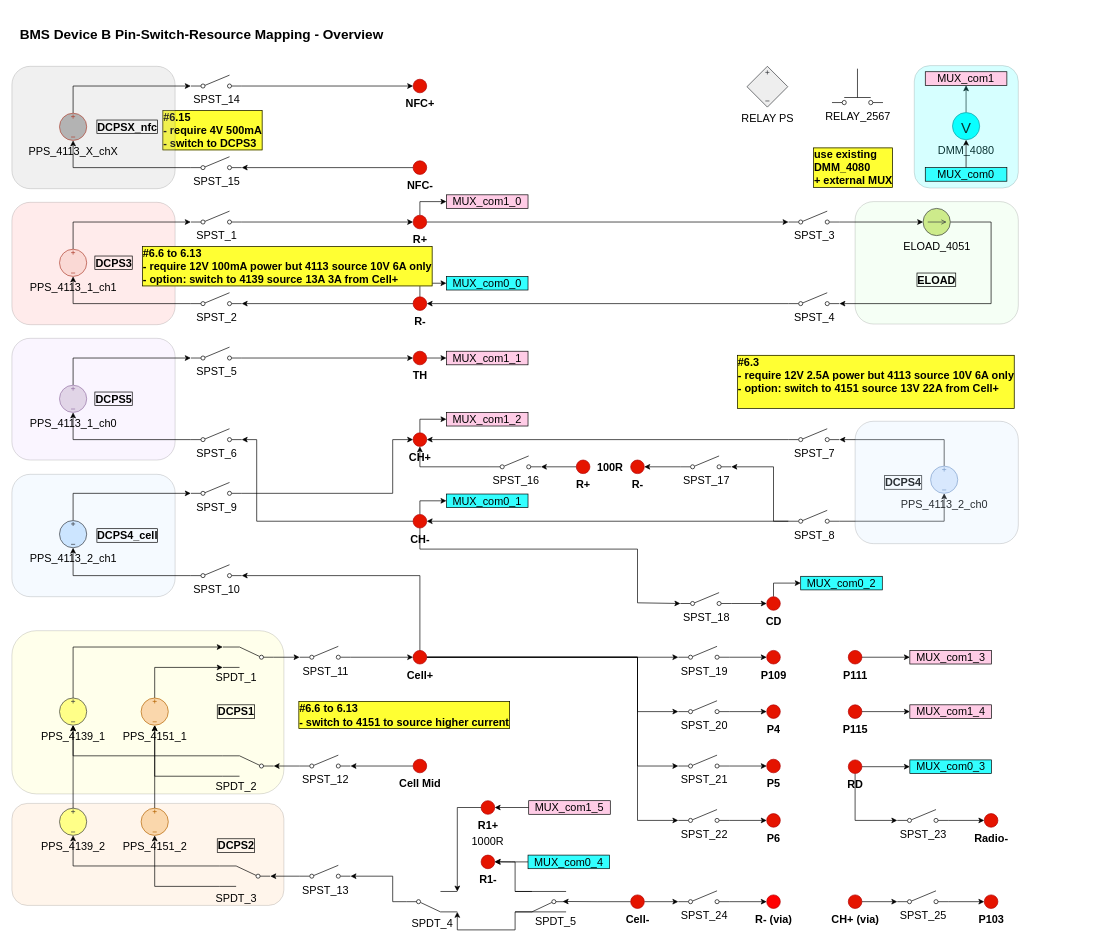
The draw.io diagram BMS_device_B.drawio in ktlim-xy/draw-io, before the edit. Source tidied: cells renumbered, new cells numbered last; positions are measured from the earlier drawing's top-left corner, leaving out a move shared by most shapes. Both pictures are drawn from the tidied source at 68%, with x=0, y=0 at pixel (12, 12).
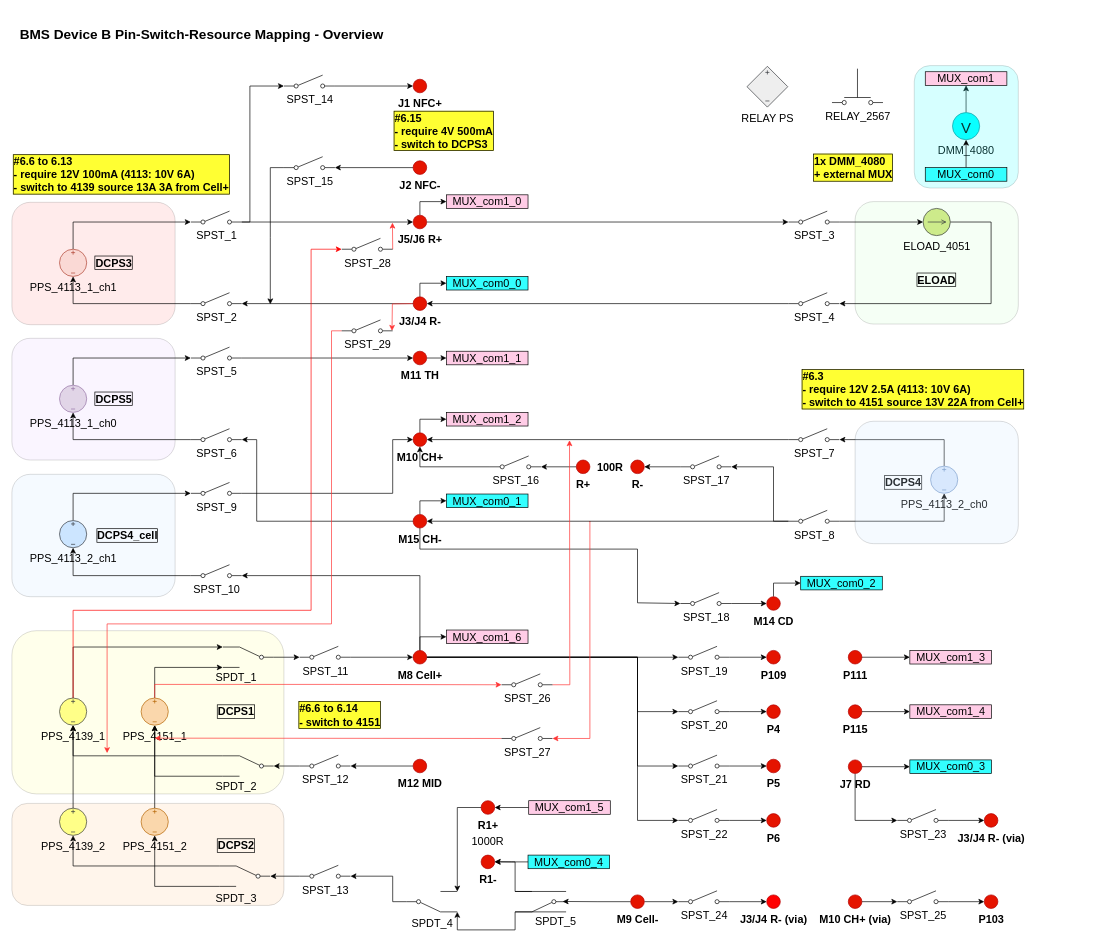
The same diagram, later.

Unchanged cells that the change refers to:
```xml
<mxCell id="69" value="SPST_1" style="html=1;shape=mxgraph.electrical.electro-mechanical.singleSwitch;elSwitchState=off;verticalAlign=top;labelPosition=center;verticalLabelPosition=bottom;align=center;fontSize=16;" parent="1" vertex="1">
  <mxGeometry x="263" y="293" width="75" height="20" as="geometry" />
</mxCell>
<mxCell id="79" value="PPS_4139_1" style="verticalLabelPosition=bottom;shadow=0;dashed=0;align=center;html=1;verticalAlign=top;shape=mxgraph.electrical.signal_sources.source;points=[[0.5,0,0],[1,0.5,0],[0.5,1,0],[0,0.5,0]];elSignalType=dc3;rotation=0;fillColor=#ffff88;strokeColor=#36393d;fontSize=16;" parent="1" vertex="1">
  <mxGeometry x="70" y="1009" width="40" height="40" as="geometry" />
</mxCell>
<mxCell id="86" value="PPS_4151_1" style="verticalLabelPosition=bottom;shadow=0;dashed=0;align=center;html=1;verticalAlign=top;shape=mxgraph.electrical.signal_sources.source;points=[[0.5,0,0],[1,0.5,0],[0.5,1,0],[0,0.5,0]];elSignalType=dc3;rotation=0;fillColor=#fad7ac;strokeColor=#b46504;fontSize=16;" parent="1" vertex="1">
  <mxGeometry x="190" y="1009" width="40" height="40" as="geometry" />
</mxCell>
```

What changed in the source:
```diff
@@
+    <mxCell id="189" style="edgeStyle=orthogonalEdgeStyle;rounded=0;jettySize=auto;html=1;exitX=0.5;exitY=0;exitDx=0;exitDy=0;entryX=0;entryY=0.5;entryDx=0;entryDy=0;" parent="1" edge="1" source="19" target="196">
+      <mxGeometry relative="1" as="geometry" />
+    </mxCell>
-    <mxCell id="19" value="Cell+" style="verticalLabelPosition=bottom;shadow=0;dashed=0;align=center;html=1;verticalAlign=top;strokeWidth=1;shape=ellipse;perimeter=ellipsePerimeter;fillColor=#e51400;fontColor=light-dark(#000000,#FF0000);strokeColor=#B20000;fontSize=16;fontStyle=1;" parent="1" vertex="1">
+    <mxCell id="19" value="M8 Cell+" style="verticalLabelPosition=bottom;shadow=0;dashed=0;align=center;html=1;verticalAlign=top;strokeWidth=1;shape=ellipse;perimeter=ellipsePerimeter;fillColor=#e51400;fontColor=light-dark(#000000,#FF0000);strokeColor=#B20000;fontSize=16;fontStyle=1;" parent="1" vertex="1">
       <mxGeometry x="590" y="939" width="20" height="20" as="geometry" />
     </mxCell>
@@
-    <mxCell id="28" value="Cell Mid" style="verticalLabelPosition=bottom;shadow=0;dashed=0;align=center;html=1;verticalAlign=top;strokeWidth=1;shape=ellipse;perimeter=ellipsePerimeter;fillColor=#e51400;fontColor=light-dark(#000000,#FF0000);strokeColor=#B20000;fontSize=16;fontStyle=1;" parent="1" vertex="1">
+    <mxCell id="28" value="M12 MID" style="verticalLabelPosition=bottom;shadow=0;dashed=0;align=center;html=1;verticalAlign=top;strokeWidth=1;shape=ellipse;perimeter=ellipsePerimeter;fillColor=#e51400;fontColor=light-dark(#000000,#FF0000);strokeColor=#B20000;fontSize=16;fontStyle=1;" parent="1" vertex="1">
       <mxGeometry x="590" y="1099" width="20" height="20" as="geometry" />
     </mxCell>
@@
-    <mxCell id="31" value="Cell-" style="verticalLabelPosition=bottom;shadow=0;dashed=0;align=center;html=1;verticalAlign=top;strokeWidth=1;shape=ellipse;perimeter=ellipsePerimeter;fillColor=#e51400;fontColor=light-dark(#000000,#FF0000);strokeColor=#B20000;fontSize=16;fontStyle=1;" parent="1" vertex="1">
+    <mxCell id="31" value="M9 Cell-" style="verticalLabelPosition=bottom;shadow=0;dashed=0;align=center;html=1;verticalAlign=top;strokeWidth=1;shape=ellipse;perimeter=ellipsePerimeter;fillColor=#e51400;fontColor=light-dark(#000000,#FF0000);strokeColor=#B20000;fontSize=16;fontStyle=1;" parent="1" vertex="1">
       <mxGeometry x="910" y="1298.5" width="20" height="20" as="geometry" />
     </mxCell>
@@
-    <mxCell id="33" value="CH+" style="verticalLabelPosition=bottom;shadow=0;dashed=0;align=center;html=1;verticalAlign=top;strokeWidth=1;shape=ellipse;perimeter=ellipsePerimeter;fillColor=#e51400;fontColor=light-dark(#000000,#FF0000);strokeColor=#B20000;fontSize=16;fontStyle=1;" parent="1" vertex="1">
+    <mxCell id="33" value="M10 CH+" style="verticalLabelPosition=bottom;shadow=0;dashed=0;align=center;html=1;verticalAlign=top;strokeWidth=1;shape=ellipse;perimeter=ellipsePerimeter;fillColor=#e51400;fontColor=light-dark(#000000,#FF0000);strokeColor=#B20000;fontSize=16;fontStyle=1;" parent="1" vertex="1">
       <mxGeometry x="590" y="619" width="20" height="20" as="geometry" />
     </mxCell>
@@
+    <mxCell id="190" style="edgeStyle=orthogonalEdgeStyle;rounded=0;jettySize=auto;html=1;entryX=1;entryY=0.8;entryDx=0;entryDy=0;strokeColor=#FF3333;" parent="1" edge="1" target="204">
+      <mxGeometry relative="1" as="geometry">
+        <mxPoint x="850" y="750" as="sourcePoint" />
+        <Array as="points">
+          <mxPoint x="850" y="749" />
+          <mxPoint x="850" y="1068" />
+        </Array>
+      </mxGeometry>
+    </mxCell>
-    <mxCell id="37" value="CH-" style="verticalLabelPosition=bottom;shadow=0;dashed=0;align=center;html=1;verticalAlign=top;strokeWidth=1;shape=ellipse;perimeter=ellipsePerimeter;fillColor=#e51400;fontColor=light-dark(#000000,#FF0000);strokeColor=#B20000;fontSize=16;fontStyle=1;" parent="1" vertex="1">
+    <mxCell id="37" value="M15 CH-" style="verticalLabelPosition=bottom;shadow=0;dashed=0;align=center;html=1;verticalAlign=top;strokeWidth=1;shape=ellipse;perimeter=ellipsePerimeter;fillColor=#e51400;fontColor=light-dark(#000000,#FF0000);strokeColor=#B20000;fontSize=16;fontStyle=1;" parent="1" vertex="1">
       <mxGeometry x="590" y="739" width="20" height="20" as="geometry" />
     </mxCell>
@@
-    <mxCell id="53" value="TH" style="verticalLabelPosition=bottom;shadow=0;dashed=0;align=center;html=1;verticalAlign=top;strokeWidth=1;shape=ellipse;perimeter=ellipsePerimeter;fillColor=#e51400;fontColor=light-dark(#000000,#FF0000);strokeColor=#B20000;fontSize=16;fontStyle=1;" parent="1" vertex="1">
+    <mxCell id="53" value="M11 TH" style="verticalLabelPosition=bottom;shadow=0;dashed=0;align=center;html=1;verticalAlign=top;strokeWidth=1;shape=ellipse;perimeter=ellipsePerimeter;fillColor=#e51400;fontColor=light-dark(#000000,#FF0000);strokeColor=#B20000;fontSize=16;fontStyle=1;" parent="1" vertex="1">
       <mxGeometry x="590" y="499" width="20" height="20" as="geometry" />
     </mxCell>
@@
+    <mxCell id="191" style="edgeStyle=orthogonalEdgeStyle;rounded=0;orthogonalLoop=1;jettySize=auto;html=1;exitX=0;exitY=0.5;exitDx=0;exitDy=0;entryX=1;entryY=0.8;entryDx=0;entryDy=0;strokeColor=#FF3333;" parent="1" edge="1">
+      <mxGeometry relative="1" as="geometry">
+        <mxPoint x="589" y="429" as="sourcePoint" />
+        <mxPoint x="559" y="469" as="targetPoint" />
+      </mxGeometry>
+    </mxCell>
-    <mxCell id="62" value="R-" style="verticalLabelPosition=bottom;shadow=0;dashed=0;align=center;html=1;verticalAlign=top;strokeWidth=1;shape=ellipse;perimeter=ellipsePerimeter;fillColor=#e51400;fontColor=light-dark(#000000,#FF0000);strokeColor=#B20000;fontSize=16;fontStyle=1;" parent="1" vertex="1">
+    <mxCell id="62" value="J3/J4 R-" style="verticalLabelPosition=bottom;shadow=0;dashed=0;align=center;html=1;verticalAlign=top;strokeWidth=1;shape=ellipse;perimeter=ellipsePerimeter;fillColor=#e51400;fontColor=light-dark(#000000,#FF0000);strokeColor=#B20000;fontSize=16;fontStyle=1;" parent="1" vertex="1">
       <mxGeometry x="590" y="419" width="20" height="20" as="geometry" />
     </mxCell>
@@
-    <mxCell id="65" value="R+" style="verticalLabelPosition=bottom;shadow=0;dashed=0;align=center;html=1;verticalAlign=top;strokeWidth=1;shape=ellipse;perimeter=ellipsePerimeter;fillColor=#e51400;fontColor=light-dark(#000000,#FF0000);strokeColor=#B20000;fontSize=16;fontStyle=1;" parent="1" vertex="1">
+    <mxCell id="65" value="J5/J6 R+" style="verticalLabelPosition=bottom;shadow=0;dashed=0;align=center;html=1;verticalAlign=top;strokeWidth=1;shape=ellipse;perimeter=ellipsePerimeter;fillColor=#e51400;fontColor=light-dark(#000000,#FF0000);strokeColor=#B20000;fontSize=16;fontStyle=1;" parent="1" vertex="1">
       <mxGeometry x="590" y="299" width="20" height="20" as="geometry" />
     </mxCell>
@@
+    <mxCell id="192" style="edgeStyle=orthogonalEdgeStyle;rounded=0;jettySize=auto;html=1;exitX=1;exitY=0.8;exitDx=0;exitDy=0;entryX=0;entryY=0.8;entryDx=0;entryDy=0;" parent="1" edge="1" source="69" target="162">
+      <mxGeometry relative="1" as="geometry">
+        <Array as="points">
+          <mxPoint x="350" y="309" />
+          <mxPoint x="350" y="109" />
+        </Array>
+      </mxGeometry>
+    </mxCell>
@@
+    <mxCell id="193" style="edgeStyle=orthogonalEdgeStyle;rounded=0;jettySize=auto;html=1;exitX=0.5;exitY=0;exitDx=0;exitDy=0;exitPerimeter=0;entryX=0;entryY=0.8;entryDx=0;entryDy=0;fillColor=#f8cecc;strokeColor=light-dark(#ff0000, #ff7777);" parent="1" edge="1" source="79" target="198">
+      <mxGeometry relative="1" as="geometry">
+        <Array as="points">
+          <mxPoint x="90" y="880" />
+          <mxPoint x="440" y="880" />
+          <mxPoint x="440" y="349" />
+        </Array>
+      </mxGeometry>
+    </mxCell>
@@
+    <mxCell id="194" style="edgeStyle=orthogonalEdgeStyle;rounded=0;jettySize=auto;html=1;exitX=0.5;exitY=0;exitDx=0;exitDy=0;exitPerimeter=0;entryX=0;entryY=0.8;entryDx=0;entryDy=0;strokeColor=#FF3333;" parent="1" edge="1" source="86" target="202">
+      <mxGeometry relative="1" as="geometry" />
+    </mxCell>
@@
-    <mxCell id="111" value="RD" style="verticalLabelPosition=bottom;shadow=0;dashed=0;align=center;html=1;verticalAlign=top;strokeWidth=1;shape=ellipse;perimeter=ellipsePerimeter;fillColor=#e51400;fontColor=light-dark(#000000,#FF0000);strokeColor=#B20000;fontSize=16;fontStyle=1;" parent="1" vertex="1">
+    <mxCell id="111" value="J7 RD" style="verticalLabelPosition=bottom;shadow=0;dashed=0;align=center;html=1;verticalAlign=top;strokeWidth=1;shape=ellipse;perimeter=ellipsePerimeter;fillColor=#e51400;fontColor=light-dark(#000000,#FF0000);strokeColor=#B20000;fontSize=16;fontStyle=1;" parent="1" vertex="1">
       <mxGeometry x="1230" y="1100" width="20" height="20" as="geometry" />
     </mxCell>
@@
-    <mxCell id="132" value="CH+ (via)" style="verticalLabelPosition=bottom;shadow=0;dashed=0;align=center;html=1;verticalAlign=top;strokeWidth=1;shape=ellipse;perimeter=ellipsePerimeter;fillColor=#e51400;fontColor=light-dark(#000000,#FF0000);strokeColor=#B20000;fontSize=16;fontStyle=1;" parent="1" vertex="1">
+    <mxCell id="132" value="M10 CH+ (via)" style="verticalLabelPosition=bottom;shadow=0;dashed=0;align=center;html=1;verticalAlign=top;strokeWidth=1;shape=ellipse;perimeter=ellipsePerimeter;fillColor=#e51400;fontColor=light-dark(#000000,#FF0000);strokeColor=#B20000;fontSize=16;fontStyle=1;" parent="1" vertex="1">
       <mxGeometry x="1230" y="1298.5" width="20" height="20" as="geometry" />
     </mxCell>
@@
-    <mxCell id="148" value="NFC-" style="verticalLabelPosition=bottom;shadow=0;dashed=0;align=center;html=1;verticalAlign=top;strokeWidth=1;shape=ellipse;perimeter=ellipsePerimeter;fillColor=#e51400;fontColor=light-dark(#000000,#FF0000);strokeColor=#B20000;fontSize=16;fontStyle=1;" parent="1" vertex="1">
+    <mxCell id="148" value="J2 NFC-" style="verticalLabelPosition=bottom;shadow=0;dashed=0;align=center;html=1;verticalAlign=top;strokeWidth=1;shape=ellipse;perimeter=ellipsePerimeter;fillColor=#e51400;fontColor=light-dark(#000000,#FF0000);strokeColor=#B20000;fontSize=16;fontStyle=1;" parent="1" vertex="1">
       <mxGeometry x="590" y="219" width="20" height="20" as="geometry" />
     </mxCell>
-    <mxCell id="149" value="NFC+" style="verticalLabelPosition=bottom;shadow=0;dashed=0;align=center;html=1;verticalAlign=top;strokeWidth=1;shape=ellipse;perimeter=ellipsePerimeter;fillColor=#e51400;fontColor=light-dark(#000000,#FF0000);strokeColor=#B20000;fontSize=16;fontStyle=1;" parent="1" vertex="1">
+    <mxCell id="149" value="J1 NFC+" style="verticalLabelPosition=bottom;shadow=0;dashed=0;align=center;html=1;verticalAlign=top;strokeWidth=1;shape=ellipse;perimeter=ellipsePerimeter;fillColor=#e51400;fontColor=light-dark(#000000,#FF0000);strokeColor=#B20000;fontSize=16;fontStyle=1;" parent="1" vertex="1">
       <mxGeometry x="590" y="99" width="20" height="20" as="geometry" />
     </mxCell>
@@
-    <mxCell id="152" value="R- (via)" style="verticalLabelPosition=bottom;shadow=0;dashed=0;align=center;html=1;verticalAlign=top;strokeWidth=1;shape=ellipse;perimeter=ellipsePerimeter;fillColor=#FF0000;fontColor=light-dark(#000000,#FF0000);strokeColor=#B20000;fillStyle=auto;fontSize=16;fontStyle=1;" parent="1" vertex="1">
+    <mxCell id="152" value="J3/J4 R- (via)" style="verticalLabelPosition=bottom;shadow=0;dashed=0;align=center;html=1;verticalAlign=top;strokeWidth=1;shape=ellipse;perimeter=ellipsePerimeter;fillColor=#FF0000;fontColor=light-dark(#000000,#FF0000);strokeColor=#B20000;fillStyle=auto;fontSize=16;fontStyle=1;" parent="1" vertex="1">
       <mxGeometry x="1110" y="1298.5" width="20" height="20" as="geometry" />
     </mxCell>
-    <mxCell id="153" value="#6.6 to 6.13&lt;div&gt;- require 12V 100mA power but 4113 source 10V 6A only&lt;/div&gt;&lt;div&gt;- option: switch to 4139 source 13A 3A from Cell+&lt;/div&gt;" style="text;html=1;whiteSpace=wrap;strokeColor=none;fillColor=none;align=left;verticalAlign=middle;rounded=0;fontStyle=1;fontColor=#000000;fontSize=16;labelBorderColor=default;labelBackgroundColor=#FFFF33;" parent="1" vertex="1">
-      <mxGeometry x="190" y="359" width="430" height="30" as="geometry" />
-    </mxCell>
     <mxCell id="154" value="#6.15&amp;nbsp;&lt;div&gt;- require 4V 500mA&lt;div&gt;- switch to DCPS3&lt;/div&gt;&lt;/div&gt;" style="text;html=1;whiteSpace=wrap;strokeColor=none;fillColor=none;align=left;verticalAlign=middle;rounded=0;fontStyle=1;fontColor=#000000;fontSize=16;labelBorderColor=default;labelBackgroundColor=#FFFF33;" parent="1" vertex="1">
-      <mxGeometry x="220" y="159" width="180" height="30" as="geometry" />
+      <mxGeometry x="560" y="160" width="180" height="30" as="geometry" />
     </mxCell>
-    <mxCell id="155" value="#6.3&lt;div&gt;- require 12V 2.5A power but 4113 source 10V 6A only&lt;/div&gt;&lt;div&gt;- option: switch to 4151 source 13V 22A from Cell+&lt;/div&gt;&lt;div&gt;&lt;br&gt;&lt;/div&gt;" style="text;html=1;whiteSpace=wrap;strokeColor=none;fillColor=none;align=left;verticalAlign=middle;rounded=0;fontStyle=1;fontColor=#000000;fontSize=16;labelBorderColor=default;labelBackgroundColor=#FFFF33;" parent="1" vertex="1">
-      <mxGeometry x="1065" y="519" width="420" height="49" as="geometry" />
+    <mxCell id="155" value="#6.3&lt;div&gt;- require 12V 2.5A (4113: 10V 6A)&lt;/div&gt;&lt;div&gt;- switch to 4151 source 13V 22A from Cell+&lt;/div&gt;" style="text;html=1;whiteSpace=wrap;strokeColor=none;fillColor=none;align=left;verticalAlign=middle;rounded=0;fontStyle=1;fontColor=#000000;fontSize=16;labelBorderColor=default;labelBackgroundColor=#FFFF33;" parent="1" vertex="1">
+      <mxGeometry x="1160" y="530" width="420" height="49" as="geometry" />
     </mxCell>
-    <mxCell id="156" value="use existing&lt;br&gt;DMM_4080&amp;nbsp;&lt;div&gt;+ external MUX&lt;/div&gt;" style="text;html=1;whiteSpace=wrap;strokeColor=none;fillColor=none;align=left;verticalAlign=middle;rounded=0;fontStyle=1;fontColor=#000000;fontSize=16;labelBorderColor=default;labelBackgroundColor=#FFFF33;" parent="1" vertex="1">
+    <mxCell id="156" value="1x DMM_4080&amp;nbsp;&lt;div&gt;+ external MUX&lt;/div&gt;" style="text;html=1;whiteSpace=wrap;strokeColor=none;fillColor=none;align=left;verticalAlign=middle;rounded=0;fontStyle=1;fontColor=#000000;fontSize=16;labelBorderColor=default;labelBackgroundColor=#FFFF33;" parent="1" vertex="1">
       <mxGeometry x="1177" y="200" width="160" height="58" as="geometry" />
     </mxCell>
@@
-    <mxCell id="158" style="rounded=1;whiteSpace=wrap;html=1;fillColor=#B3B3B3;gradientColor=none;fillStyle=auto;gradientDirection=radial;opacity=20;fontSize=16;" parent="1" vertex="1">
-      <mxGeometry y="80" width="240" height="180" as="geometry" />
-    </mxCell>
-    <mxCell id="159" style="edgeStyle=orthogonalEdgeStyle;rounded=0;jettySize=auto;html=1;exitX=0.5;exitY=0;exitDx=0;exitDy=0;exitPerimeter=0;entryX=0;entryY=0.8;entryDx=0;entryDy=0;fontSize=16;" parent="1" edge="1" source="160" target="162">
-      <mxGeometry relative="1" as="geometry" />
-    </mxCell>
-    <mxCell id="160" value="PPS_4113_X_chX" style="verticalLabelPosition=bottom;shadow=0;dashed=0;align=center;html=1;verticalAlign=top;shape=mxgraph.electrical.signal_sources.source;points=[[0.5,0,0],[1,0.5,0],[0.5,1,0],[0,0.5,0]];elSignalType=dc3;rotation=0;fillColor=#B3B3B3;strokeColor=#ae4132;fontSize=16;" parent="1" vertex="1">
-      <mxGeometry x="70" y="149" width="40" height="40" as="geometry" />
-    </mxCell>
@@
     <mxCell id="162" value="SPST_14" style="html=1;shape=mxgraph.electrical.electro-mechanical.singleSwitch;elSwitchState=off;verticalAlign=top;labelPosition=center;verticalLabelPosition=bottom;align=center;fontSize=16;" parent="1" vertex="1">
-      <mxGeometry x="263" y="93" width="75" height="20" as="geometry" />
+      <mxGeometry x="400" y="93" width="75" height="20" as="geometry" />
     </mxCell>
+    <mxCell id="195" style="edgeStyle=orthogonalEdgeStyle;rounded=0;jettySize=auto;html=1;exitX=0;exitY=0.8;exitDx=0;exitDy=0;" parent="1" edge="1" source="163">
+      <mxGeometry relative="1" as="geometry">
+        <mxPoint x="380" y="430" as="targetPoint" />
+      </mxGeometry>
+    </mxCell>
     <mxCell id="163" value="SPST_15" style="html=1;shape=mxgraph.electrical.electro-mechanical.singleSwitch;elSwitchState=off;verticalAlign=top;labelPosition=center;verticalLabelPosition=bottom;align=center;fontSize=16;" parent="1" vertex="1">
-      <mxGeometry x="263" y="213" width="75" height="20" as="geometry" />
+      <mxGeometry x="400" y="213" width="75" height="20" as="geometry" />
     </mxCell>
-    <mxCell id="164" style="edgeStyle=orthogonalEdgeStyle;rounded=0;jettySize=auto;html=1;exitX=0;exitY=0.8;exitDx=0;exitDy=0;entryX=0.5;entryY=1;entryDx=0;entryDy=0;entryPerimeter=0;fontSize=16;" parent="1" edge="1" source="163" target="160">
-      <mxGeometry relative="1" as="geometry" />
-    </mxCell>
-    <mxCell id="165" value="&lt;span&gt;&lt;font&gt;DCPSX_nfc&lt;/font&gt;&lt;/span&gt;" style="text;html=1;whiteSpace=wrap;strokeColor=none;fillColor=none;align=center;verticalAlign=middle;rounded=0;fontSize=16;fontColor=#000000;fontStyle=1;labelBorderColor=default;" parent="1" vertex="1">
-      <mxGeometry x="140" y="154" width="60" height="30" as="geometry" />
-    </mxCell>
@@
-    <mxCell id="168" value="CD" style="verticalLabelPosition=bottom;shadow=0;dashed=0;align=center;html=1;verticalAlign=top;strokeWidth=1;shape=ellipse;perimeter=ellipsePerimeter;fillColor=#e51400;fontColor=light-dark(#000000,#FF0000);strokeColor=#B20000;fontSize=16;fontStyle=1;" parent="1" vertex="1">
+    <mxCell id="168" value="M14 CD" style="verticalLabelPosition=bottom;shadow=0;dashed=0;align=center;html=1;verticalAlign=top;strokeWidth=1;shape=ellipse;perimeter=ellipsePerimeter;fillColor=#e51400;fontColor=light-dark(#000000,#FF0000);strokeColor=#B20000;fontSize=16;fontStyle=1;" parent="1" vertex="1">
       <mxGeometry x="1110" y="860" width="20" height="20" as="geometry" />
     </mxCell>
@@
-    <mxCell id="172" value="Radio-" style="verticalLabelPosition=bottom;shadow=0;dashed=0;align=center;html=1;verticalAlign=top;strokeWidth=1;shape=ellipse;perimeter=ellipsePerimeter;fillColor=#e51400;fontColor=light-dark(#000000,#FF0000);strokeColor=#B20000;fontSize=16;fontStyle=1;" parent="1" vertex="1">
+    <mxCell id="172" value="J3/J4 R- (via)" style="verticalLabelPosition=bottom;shadow=0;dashed=0;align=center;html=1;verticalAlign=top;strokeWidth=1;shape=ellipse;perimeter=ellipsePerimeter;fillColor=#e51400;fontColor=light-dark(#000000,#FF0000);strokeColor=#B20000;fontSize=16;fontStyle=1;" parent="1" vertex="1">
       <mxGeometry x="1430" y="1179" width="20" height="20" as="geometry" />
     </mxCell>
@@
-    <mxCell id="187" value="#6.6 to 6.13&lt;div&gt;- switch to 4151 to source higher current&lt;br&gt;&lt;/div&gt;" style="text;html=1;whiteSpace=wrap;strokeColor=none;fillColor=none;align=left;verticalAlign=middle;rounded=0;fontStyle=1;fontColor=#000000;fontSize=16;labelBorderColor=default;labelBackgroundColor=#FFFF33;" parent="1" vertex="1">
+    <mxCell id="187" value="#6.6 to 6.14&lt;div&gt;- switch to 4151&lt;br&gt;&lt;/div&gt;" style="text;html=1;whiteSpace=wrap;strokeColor=none;fillColor=none;align=left;verticalAlign=middle;rounded=0;fontStyle=1;fontColor=#000000;fontSize=16;labelBorderColor=default;labelBackgroundColor=#FFFF33;" parent="1" vertex="1">
       <mxGeometry x="420" y="1019" width="430" height="30" as="geometry" />
     </mxCell>
@@
+    <mxCell id="196" value="MUX_com1_6" style="rounded=0;whiteSpace=wrap;html=1;fillColor=#FFCCE6;fontSize=16;" parent="1" vertex="1">
+      <mxGeometry x="639" y="909" width="120" height="20" as="geometry" />
+    </mxCell>
+    <mxCell id="153" value="#6.6 to 6.13&lt;div&gt;- require 12V 100mA (4113: 10V 6A)&lt;/div&gt;&lt;div&gt;- switch to 4139 source 13A 3A from Cell+&lt;/div&gt;" style="text;html=1;whiteSpace=wrap;strokeColor=none;fillColor=none;align=left;verticalAlign=middle;rounded=0;fontStyle=1;fontColor=#000000;fontSize=16;labelBorderColor=default;labelBackgroundColor=#FFFF33;" parent="1" vertex="1">
+      <mxGeometry y="224" width="430" height="30" as="geometry" />
+    </mxCell>
+    <mxCell id="197" style="edgeStyle=orthogonalEdgeStyle;rounded=0;jettySize=auto;html=1;exitX=1;exitY=0.8;exitDx=0;exitDy=0;strokeColor=#FF3333;" parent="1" edge="1" source="198">
+      <mxGeometry relative="1" as="geometry">
+        <mxPoint x="559.6" y="310" as="targetPoint" />
+      </mxGeometry>
+    </mxCell>
+    <mxCell id="198" value="SPST_28" style="html=1;shape=mxgraph.electrical.electro-mechanical.singleSwitch;elSwitchState=off;verticalAlign=top;labelPosition=center;verticalLabelPosition=bottom;align=center;fontSize=16;" parent="1" vertex="1">
+      <mxGeometry x="485" y="333" width="75" height="20" as="geometry" />
+    </mxCell>
+    <mxCell id="199" style="edgeStyle=orthogonalEdgeStyle;rounded=0;jettySize=auto;html=1;exitX=0;exitY=0.8;exitDx=0;exitDy=0;strokeColor=#FF3333;" parent="1" edge="1" source="200">
+      <mxGeometry relative="1" as="geometry">
+        <mxPoint x="140" y="1090" as="targetPoint" />
+        <Array as="points">
+          <mxPoint x="470" y="469" />
+          <mxPoint x="470" y="900" />
+          <mxPoint x="140" y="900" />
+        </Array>
+      </mxGeometry>
+    </mxCell>
+    <mxCell id="200" value="SPST_29" style="html=1;shape=mxgraph.electrical.electro-mechanical.singleSwitch;elSwitchState=off;verticalAlign=top;labelPosition=center;verticalLabelPosition=bottom;align=center;fontSize=16;" parent="1" vertex="1">
+      <mxGeometry x="485" y="453" width="75" height="20" as="geometry" />
+    </mxCell>
+    <mxCell id="201" style="edgeStyle=orthogonalEdgeStyle;rounded=0;jettySize=auto;html=1;exitX=1;exitY=0.8;exitDx=0;exitDy=0;strokeColor=#FF3333;" parent="1" edge="1" source="202">
+      <mxGeometry relative="1" as="geometry">
+        <mxPoint x="820" y="630" as="targetPoint" />
+      </mxGeometry>
+    </mxCell>
+    <mxCell id="202" value="SPST_26" style="html=1;shape=mxgraph.electrical.electro-mechanical.singleSwitch;elSwitchState=off;verticalAlign=top;labelPosition=center;verticalLabelPosition=bottom;align=center;fontSize=16;" parent="1" vertex="1">
+      <mxGeometry x="720" y="973.5" width="75" height="20" as="geometry" />
+    </mxCell>
+    <mxCell id="203" style="edgeStyle=orthogonalEdgeStyle;rounded=0;jettySize=auto;html=1;exitX=0;exitY=0.8;exitDx=0;exitDy=0;strokeColor=#FF3333;" parent="1" edge="1" source="204">
+      <mxGeometry relative="1" as="geometry">
+        <mxPoint x="210" y="1068" as="targetPoint" />
+      </mxGeometry>
+    </mxCell>
+    <mxCell id="204" value="SPST_27" style="html=1;shape=mxgraph.electrical.electro-mechanical.singleSwitch;elSwitchState=off;verticalAlign=top;labelPosition=center;verticalLabelPosition=bottom;align=center;fontSize=16;" parent="1" vertex="1">
+      <mxGeometry x="720" y="1052.5" width="75" height="20" as="geometry" />
+    </mxCell>
```
